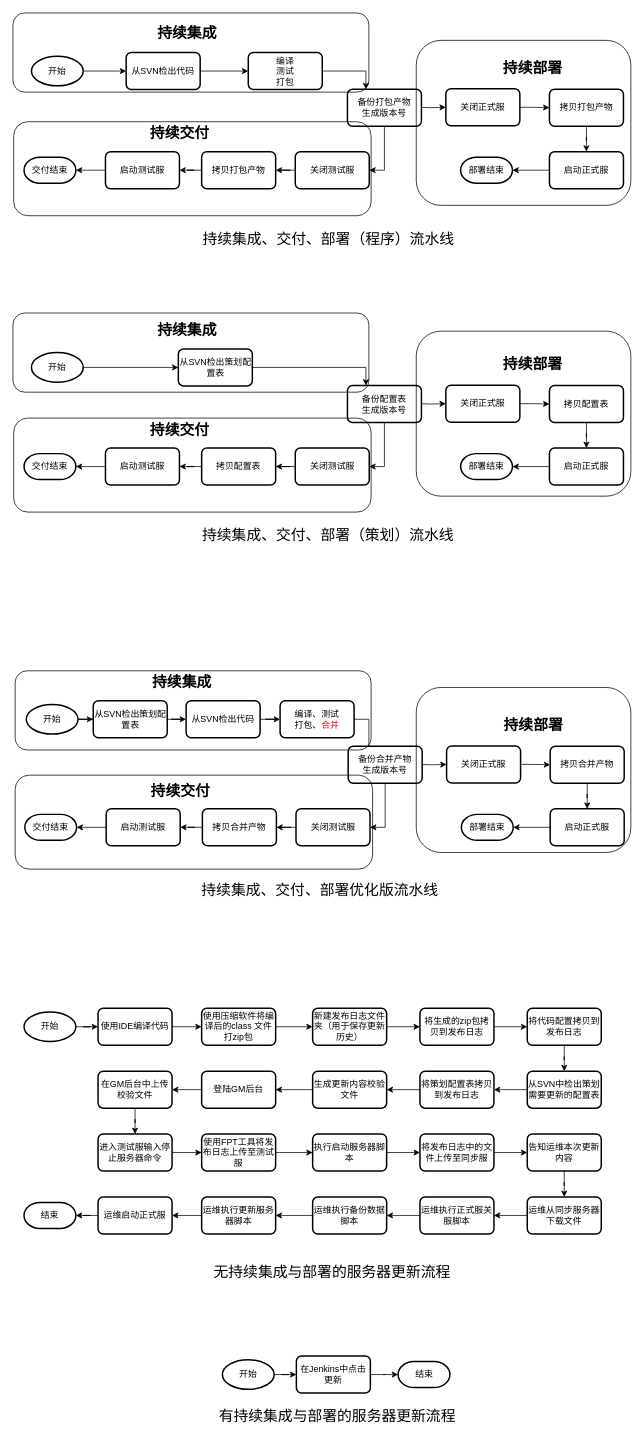
Above: blog/2019/07/canglong_ci/ci_cd.drawio in juzq/draw (draw.io), before the change. Source tidied: cells renumbered, new cells numbered last; positions are measured from the earlier drawing's top-left corner, leaving out a move shared by most shapes. Both pictures are drawn from the tidied source at 74%, with x=0, y=0 at pixel (13, 13).
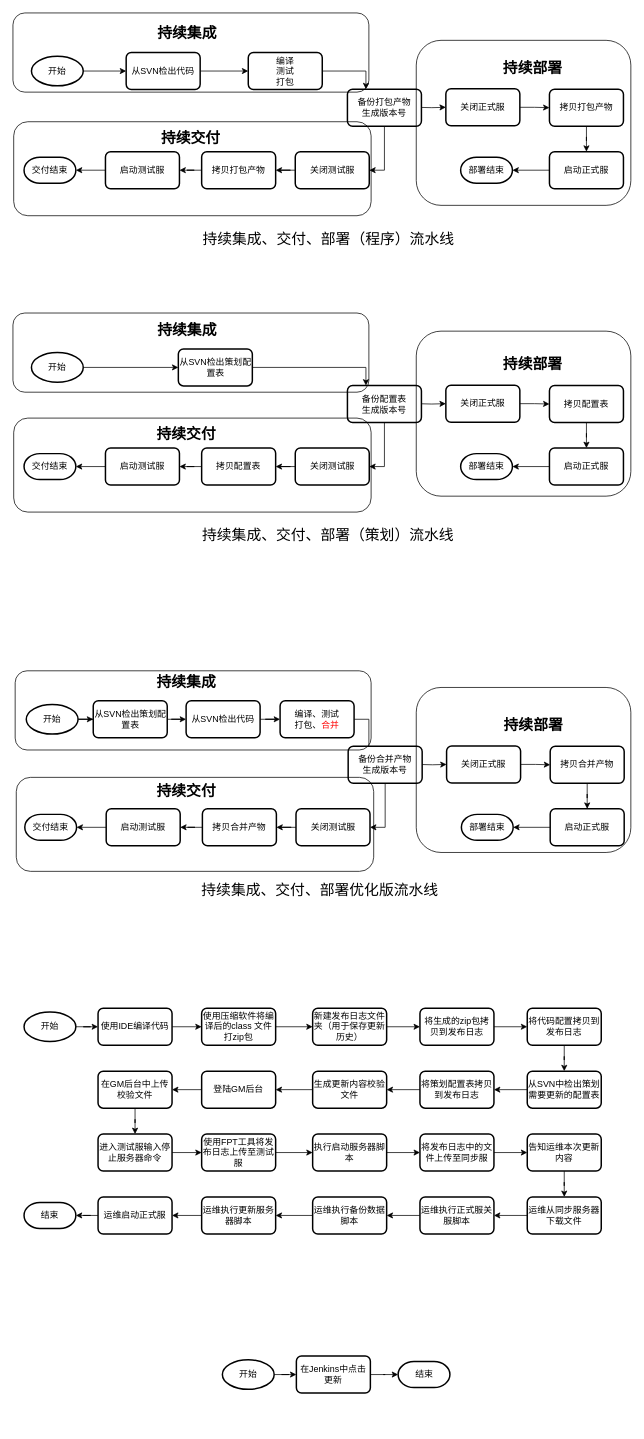
The same page after the edit.

Diff of the diagram source:
```diff
@@
-    <mxCell id="86" value="无持续集成与部署的服务器更新流程" style="text;html=1;strokeColor=none;fillColor=none;align=center;verticalAlign=middle;whiteSpace=wrap;rounded=0;fontStyle=0;fontSize=20;" parent="1" vertex="1">
-      <mxGeometry x="248" y="1685" width="367" height="30" as="geometry" />
-    </mxCell>
-    <mxCell id="87" value="有持续集成与部署的服务器更新流程" style="text;html=1;strokeColor=none;fillColor=none;align=center;verticalAlign=middle;whiteSpace=wrap;rounded=0;fontStyle=0;fontSize=20;" parent="1" vertex="1">
-      <mxGeometry x="255" y="1880" width="367" height="30" as="geometry" />
-    </mxCell>
@@
     <mxCell id="89" value="持续交付" style="text;html=1;strokeColor=none;fillColor=none;align=center;verticalAlign=middle;whiteSpace=wrap;rounded=0;fontStyle=1;fontSize=20;" parent="1" vertex="1">
-      <mxGeometry x="177.5" y="147" width="95" height="30" as="geometry" />
+      <mxGeometry x="193" y="153" width="95" height="30" as="geometry" />
     </mxCell>
@@
     <mxCell id="114" value="持续交付" style="text;html=1;strokeColor=none;fillColor=none;align=center;verticalAlign=middle;whiteSpace=wrap;rounded=0;fontStyle=1;fontSize=20;" parent="1" vertex="1">
-      <mxGeometry x="177.5" y="547.5" width="95" height="30" as="geometry" />
+      <mxGeometry x="186.5" y="553" width="95" height="30" as="geometry" />
     </mxCell>
@@
     <mxCell id="136" style="rounded=1;whiteSpace=wrap;html=1;fillColor=none;" parent="1" vertex="1">
-      <mxGeometry x="3" y="1030" width="483" height="127" as="geometry" />
+      <mxGeometry x="4.5" y="1033" width="483" height="127" as="geometry" />
     </mxCell>
@@
     <mxCell id="138" value="持续集成" style="text;html=1;strokeColor=none;fillColor=none;align=center;verticalAlign=middle;whiteSpace=wrap;rounded=0;fontStyle=1;fontSize=20;" parent="1" vertex="1">
-      <mxGeometry x="180.5" y="888" width="95" height="30" as="geometry" />
+      <mxGeometry x="186.5" y="888" width="95" height="30" as="geometry" />
     </mxCell>
@@
     <mxCell id="140" value="持续交付" style="text;html=1;strokeColor=none;fillColor=none;align=center;verticalAlign=middle;whiteSpace=wrap;rounded=0;fontStyle=1;fontSize=20;" parent="1" vertex="1">
-      <mxGeometry x="178.5" y="1035" width="95" height="30" as="geometry" />
+      <mxGeometry x="186.5" y="1035" width="95" height="30" as="geometry" />
     </mxCell>
```
